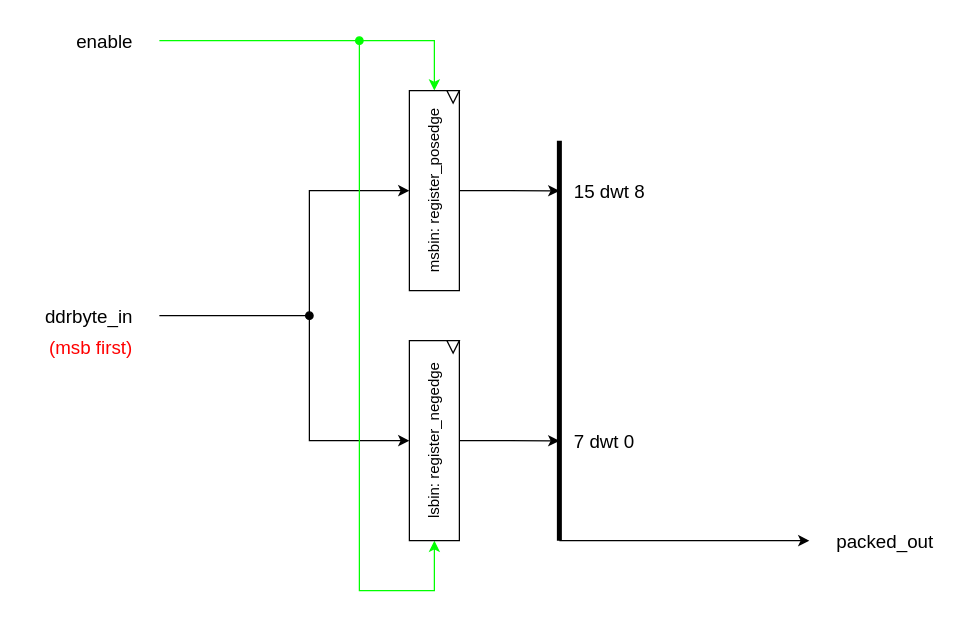
Above: page "packer" (6 of 12) of hyperram_system/ip/avs_to_hram_converter/schematics/avs_to_hram_converter.drawio in AndreaBononi/Intel_Cyclone10LP_systems (draw.io), before the change. Source tidied: cells renumbered, new cells numbered last; positions are measured from the earlier drawing's top-left corner, leaving out a move shared by most shapes. Both pictures are drawn from the tidied source at 125%, with x=0, y=0 at pixel (21, 21).
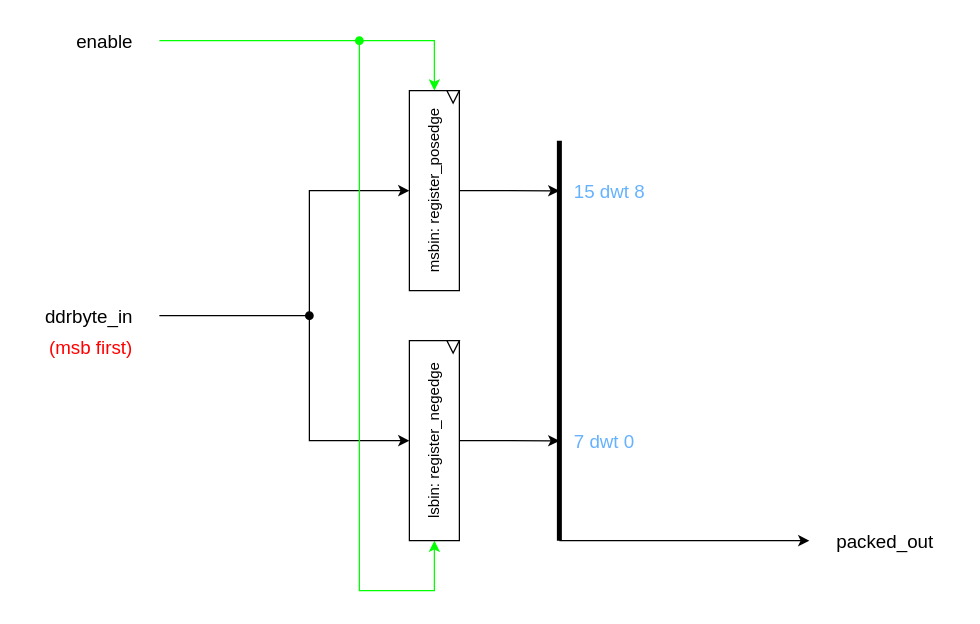
The same diagram, later.

The edit, as a diff of the source:
```diff
@@
-    <mxCell id="16" value="15 dwt 8" style="text;html=1;align=left;verticalAlign=middle;strokeColor=none;fillColor=none;fontSize=15;rotation=0;" parent="1" vertex="1">
+    <mxCell id="16" value="15 dwt 8" style="text;html=1;align=left;verticalAlign=middle;strokeColor=none;fillColor=none;fontSize=15;rotation=0;fontColor=#66B2FF;" parent="1" vertex="1">
       <mxGeometry x="440" y="120" width="80" height="30" as="geometry" />
     </mxCell>
-    <mxCell id="17" value="7 dwt 0" style="text;html=1;align=left;verticalAlign=middle;strokeColor=none;fillColor=none;fontSize=15;rotation=0;" parent="1" vertex="1">
+    <mxCell id="17" value="7 dwt 0" style="text;html=1;align=left;verticalAlign=middle;strokeColor=none;fillColor=none;fontSize=15;rotation=0;fontColor=#66B2FF;" parent="1" vertex="1">
       <mxGeometry x="440" y="320" width="70" height="30" as="geometry" />
     </mxCell>
```
